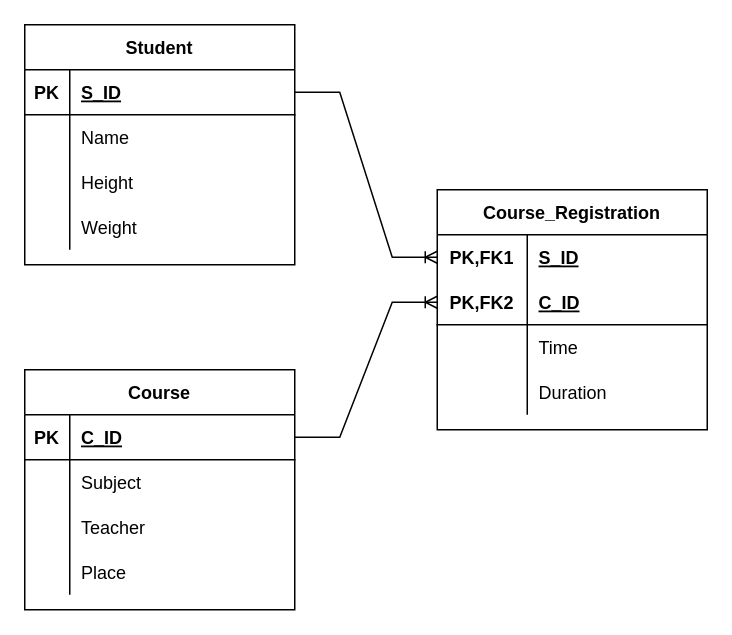
This is Untitled Diagram.drawio from frank591781/HomeWork, a draw.io file, before an edit. Source tidied: cells renumbered, new cells numbered last; positions are measured from the earlier drawing's top-left corner, leaving out a move shared by most shapes. Both pictures are drawn from the tidied source at 150%, with x=0, y=0 at pixel (24, 24).
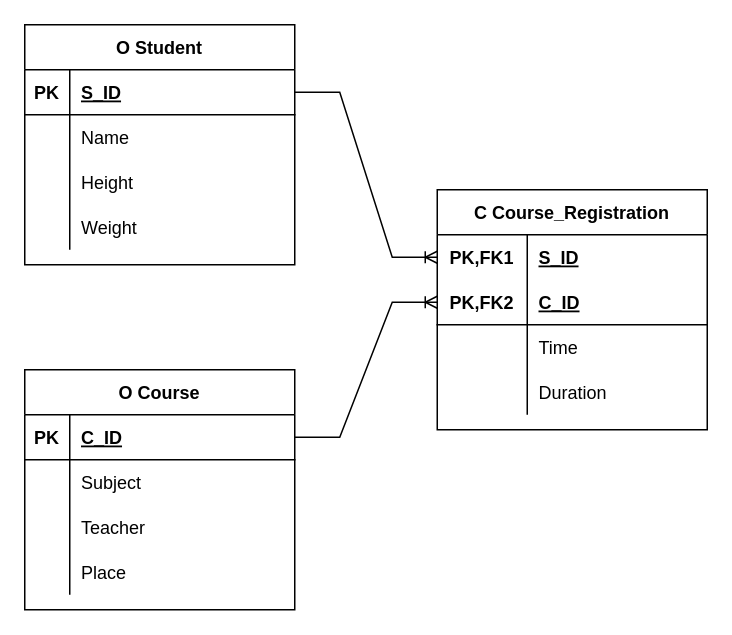
The same diagram, later.

Diff of the diagram source:
```diff
@@
-    <mxCell id="2" value="Student" style="shape=table;startSize=30;childLayout=tableLayout;rowLines=0;fontStyle=1;align=center;strokeWidth=1;" parent="1" vertex="1">
+    <mxCell id="2" value="O Student" style="shape=table;startSize=30;childLayout=tableLayout;rowLines=0;fontStyle=1;align=center;strokeWidth=1;" parent="1" vertex="1">
       <mxGeometry width="180" height="160" as="geometry" />
     </mxCell>
@@
-    <mxCell id="15" value="Course" style="shape=table;startSize=30;childLayout=tableLayout;rowLines=0;fontStyle=1;align=center;strokeColor=default;strokeWidth=1;" parent="1" vertex="1">
+    <mxCell id="15" value="O Course" style="shape=table;startSize=30;childLayout=tableLayout;rowLines=0;fontStyle=1;align=center;strokeColor=default;strokeWidth=1;" parent="1" vertex="1">
       <mxGeometry y="230" width="180" height="160" as="geometry" />
     </mxCell>
@@
-    <mxCell id="28" value="Course_Registration" style="shape=table;startSize=30;childLayout=tableLayout;rowLines=0;fontStyle=1;align=center;strokeColor=default;strokeWidth=1;" parent="1" vertex="1">
+    <mxCell id="28" value="C Course_Registration" style="shape=table;startSize=30;childLayout=tableLayout;rowLines=0;fontStyle=1;align=center;strokeColor=default;strokeWidth=1;" parent="1" vertex="1">
       <mxGeometry x="275" y="110" width="180" height="160" as="geometry" />
     </mxCell>
```
